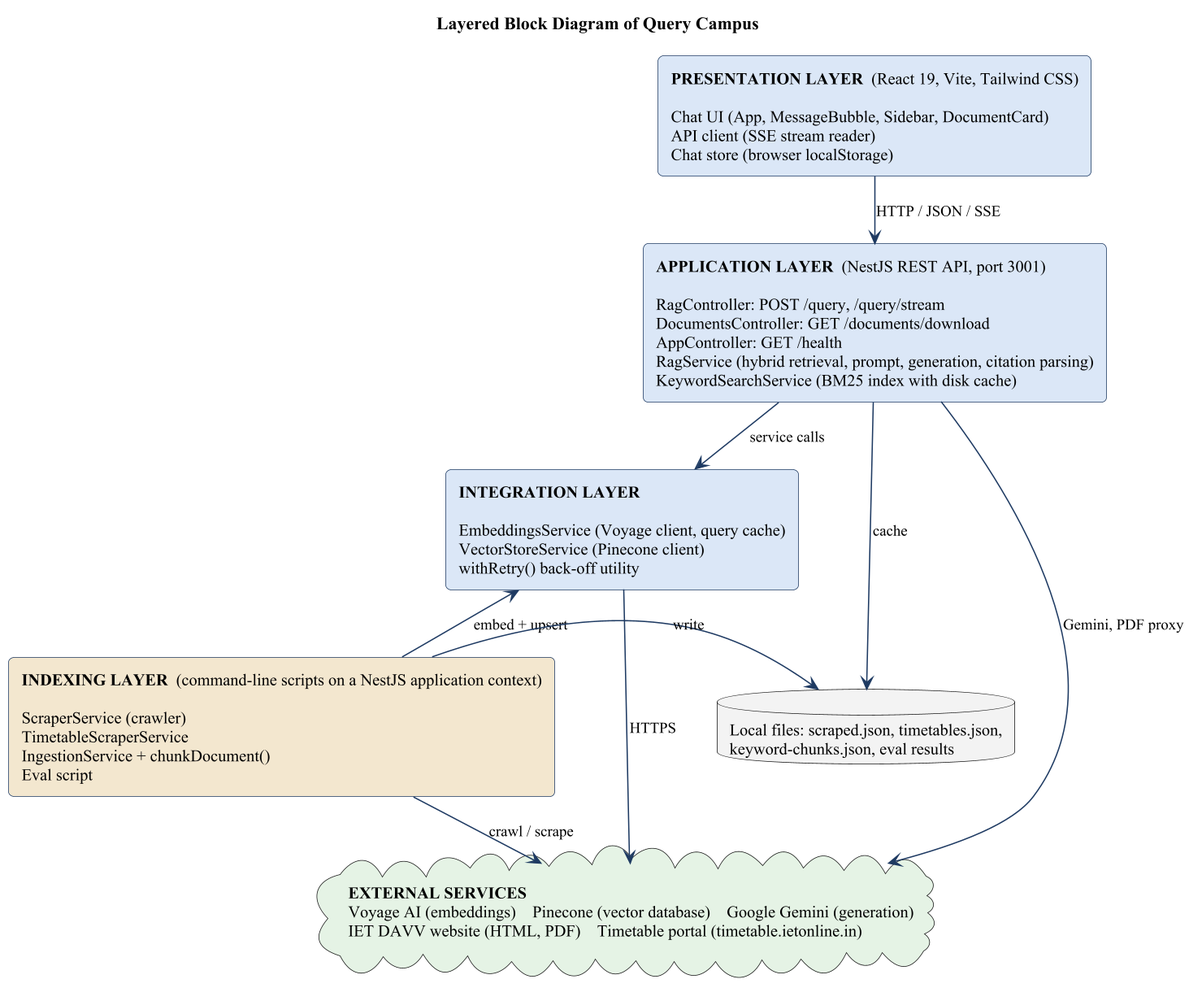
NotAkshat/query-campus keeps this PlantUML diagram as report/diagrams/03_architecture.png. Above is the earlier version.
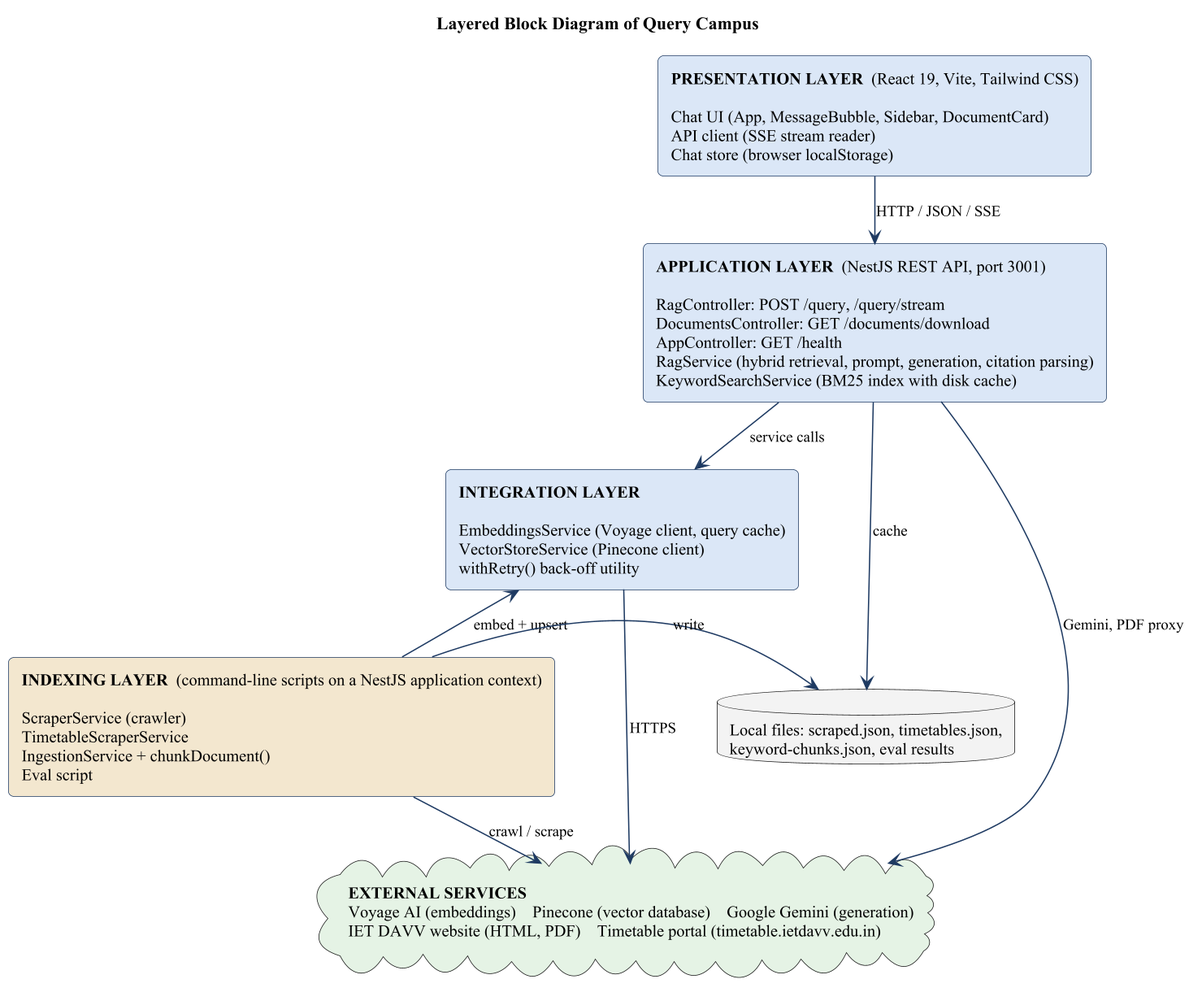
After the commit.

What changed in the source:
```diff
@@ -16,7 +16,7 @@
 
 rectangle "**INDEXING LAYER**  (command-line scripts on a NestJS application context)\n\nScraperService (crawler)\nTimetableScraperService\nIngestionService + chunkDocument()\nEval script" as L4 #f3e6cf
 
-cloud "**EXTERNAL SERVICES**\nVoyage AI (embeddings)    Pinecone (vector database)    Google Gemini (generation)\nIET DAVV website (HTML, PDF)    Timetable portal (timetable.ietonline.in)" as EXT #e4f3e4
+cloud "**EXTERNAL SERVICES**\nVoyage AI (embeddings)    Pinecone (vector database)    Google Gemini (generation)\nIET DAVV website (HTML, PDF)    Timetable portal (timetable.ietdavv.edu.in)" as EXT #e4f3e4
 database "Local files: scraped.json, timetables.json,\nkeyword-chunks.json, eval results" as FS #f2f2f2
 
 L1 -down-> L2 : HTTP / JSON / SSE
```
